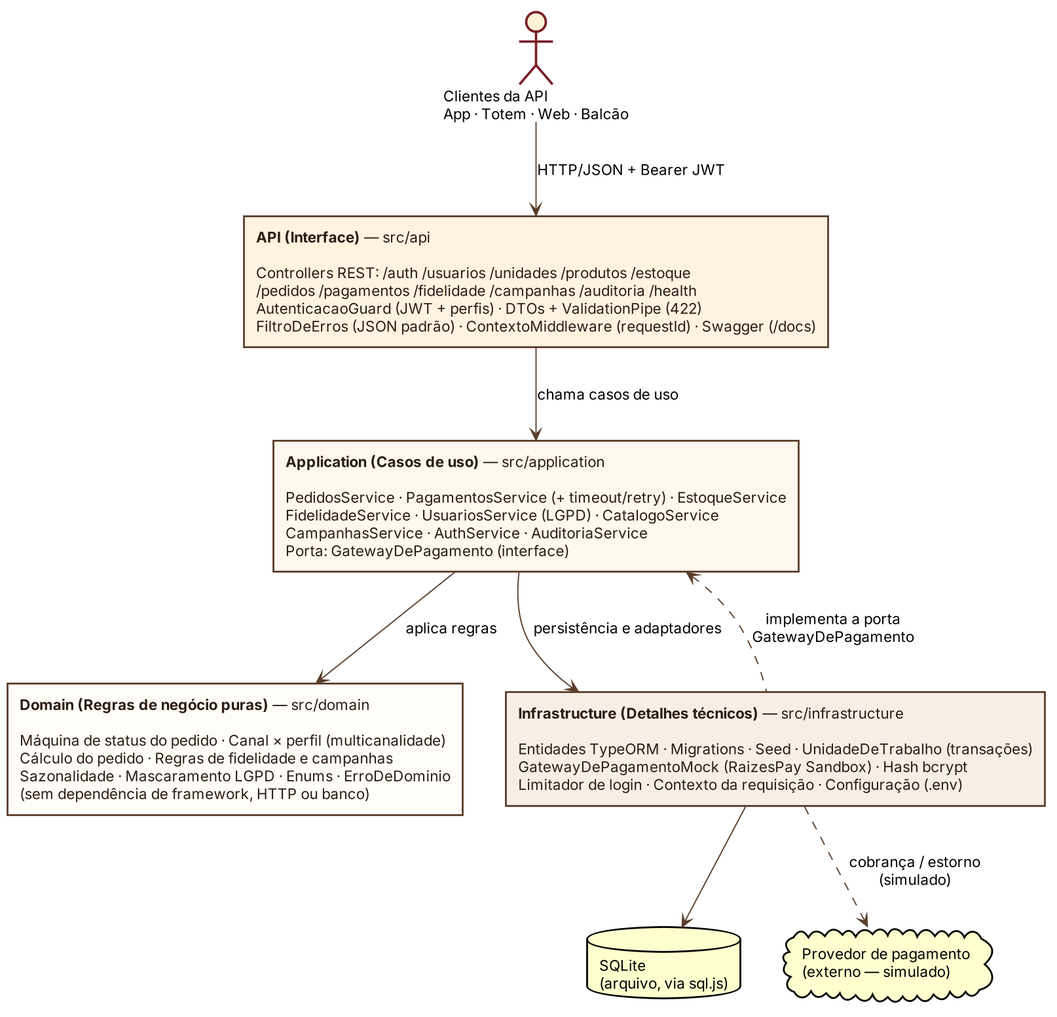
This is docs/diagramas/05-arquitetura-camadas.png from alves-jp/raizes-do-nordeste-api, a PlantUML export, as it was before one commit. Its source is kept beside it as docs/diagramas/05-arquitetura-camadas.puml.
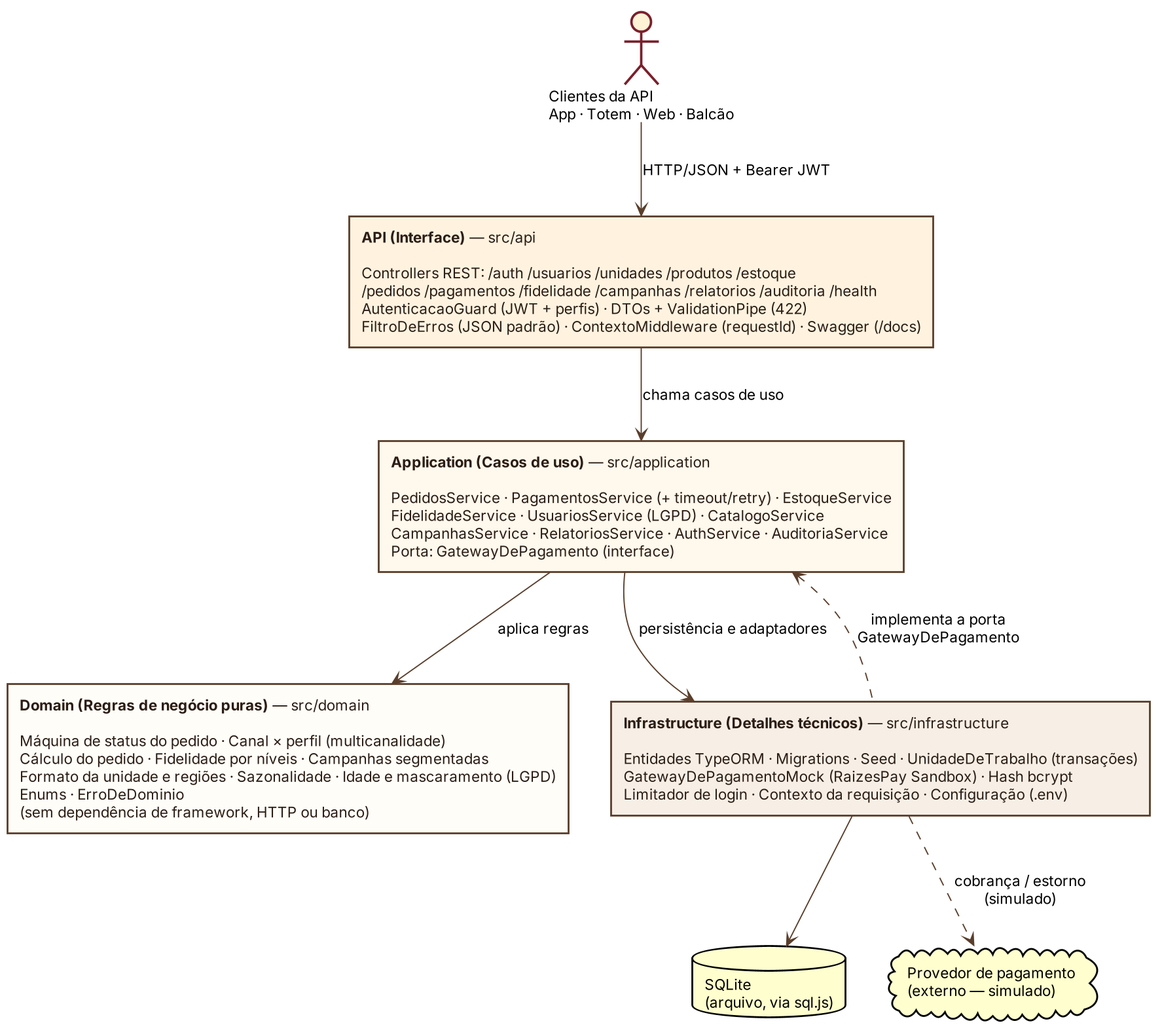
Above is the later version.

What changed in the source:
```diff
@@ -14,11 +14,11 @@
 
 actor "Clientes da API\nApp · Totem · Web · Balcão" as Clientes
 
-rectangle "**API (Interface)** — src/api\n\nControllers REST: /auth /usuarios /unidades /produtos /estoque\n/pedidos /pagamentos /fidelidade /campanhas /auditoria /health\nAutenticacaoGuard (JWT + perfis) · DTOs + ValidationPipe (422)\nFiltroDeErros (JSON padrão) · ContextoMiddleware (requestId) · Swagger (/docs)" as API #FFF3E0
+rectangle "**API (Interface)** — src/api\n\nControllers REST: /auth /usuarios /unidades /produtos /estoque\n/pedidos /pagamentos /fidelidade /campanhas /relatorios /auditoria /health\nAutenticacaoGuard (JWT + perfis) · DTOs + ValidationPipe (422)\nFiltroDeErros (JSON padrão) · ContextoMiddleware (requestId) · Swagger (/docs)" as API #FFF3E0
 
-rectangle "**Application (Casos de uso)** — src/application\n\nPedidosService · PagamentosService (+ timeout/retry) · EstoqueService\nFidelidadeService · UsuariosService (LGPD) · CatalogoService\nCampanhasService · AuthService · AuditoriaService\nPorta: GatewayDePagamento (interface)" as APP #FFF8EC
+rectangle "**Application (Casos de uso)** — src/application\n\nPedidosService · PagamentosService (+ timeout/retry) · EstoqueService\nFidelidadeService · UsuariosService (LGPD) · CatalogoService\nCampanhasService · RelatoriosService · AuthService · AuditoriaService\nPorta: GatewayDePagamento (interface)" as APP #FFF8EC
 
-rectangle "**Domain (Regras de negócio puras)** — src/domain\n\nMáquina de status do pedido · Canal × perfil (multicanalidade)\nCálculo do pedido · Regras de fidelidade e campanhas\nSazonalidade · Mascaramento LGPD · Enums · ErroDeDominio\n(sem dependência de framework, HTTP ou banco)" as DOM #FFFDF8
+rectangle "**Domain (Regras de negócio puras)** — src/domain\n\nMáquina de status do pedido · Canal × perfil (multicanalidade)\nCálculo do pedido · Fidelidade por níveis · Campanhas segmentadas\nFormato da unidade e regiões · Sazonalidade · Idade e mascaramento (LGPD)\nEnums · ErroDeDominio\n(sem dependência de framework, HTTP ou banco)" as DOM #FFFDF8
 
 rectangle "**Infrastructure (Detalhes técnicos)** — src/infrastructure\n\nEntidades TypeORM · Migrations · Seed · UnidadeDeTrabalho (transações)\nGatewayDePagamentoMock (RaizesPay Sandbox) · Hash bcrypt\nLimitador de login · Contexto da requisição · Configuração (.env)" as INF #F7EFE6
 
```
